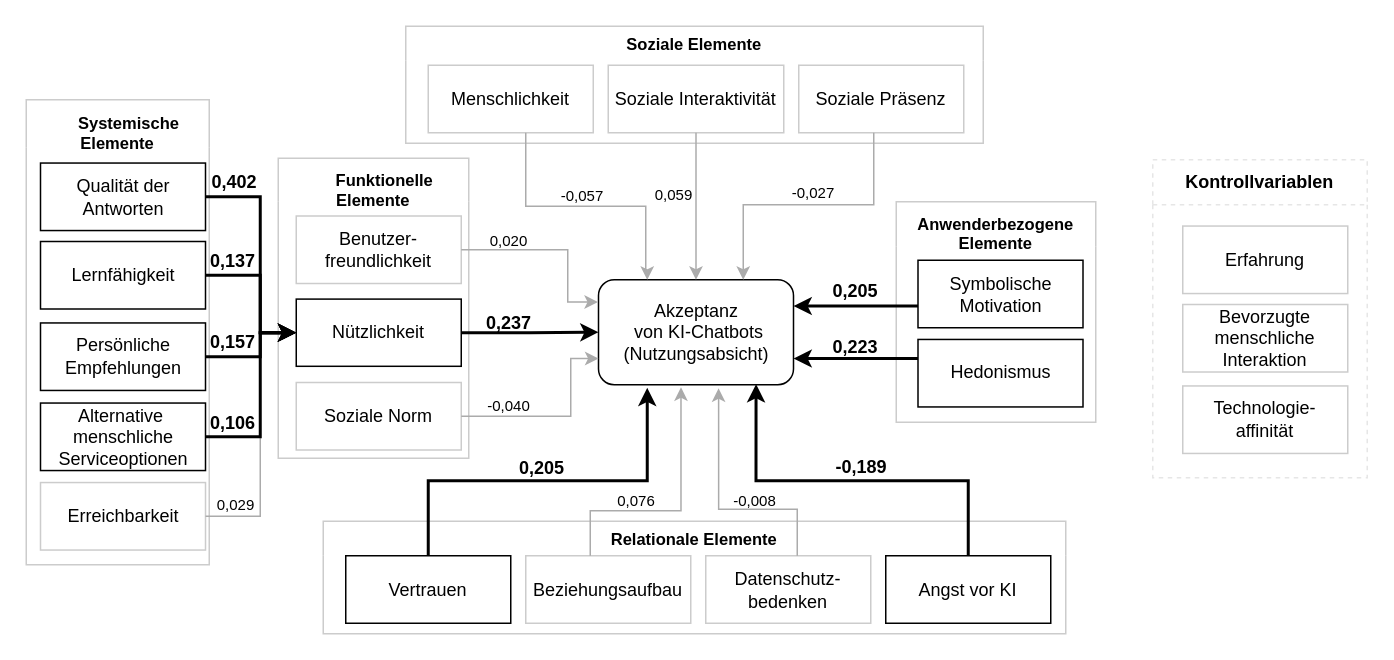
This is page "Kopie von Hypothesen" (5 of 6) of sRAM.drawio from Frododo12/Web-Technologie, a draw.io file, before an edit. Source tidied: cells renumbered, new cells numbered last; positions are measured from the earlier drawing's top-left corner, leaving out a move shared by most shapes. Both pictures are drawn from the tidied source at 150%, with x=0, y=0 at pixel (26, 26).
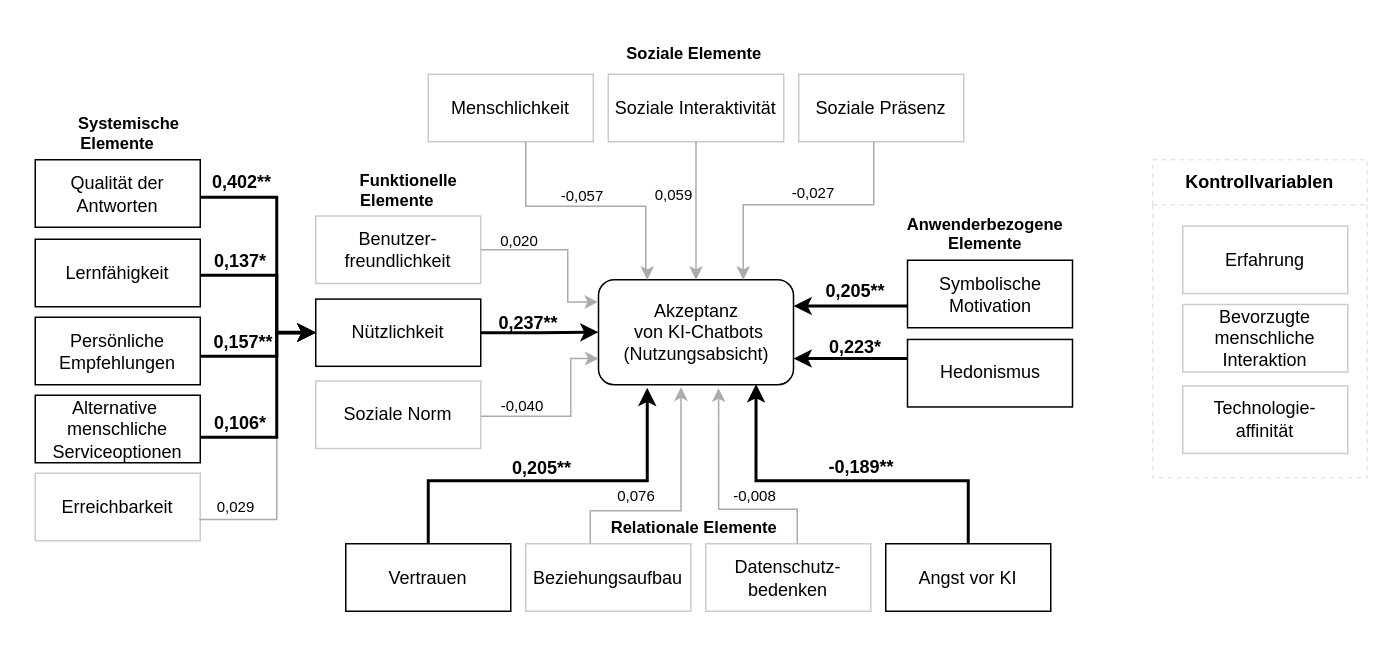
The same diagram, later.

The edit, as a diff of the source:
```diff
@@
-    <mxCell id="3" value="&lt;font style=&quot;font-size: 11px;&quot;&gt;Relationale Elemente&lt;/font&gt;" style="swimlane;whiteSpace=wrap;html=1;fillColor=#FFFFFF;strokeColor=#CCCCCC;swimlaneLine=0;" parent="1" vertex="1">
-      <mxGeometry x="198" y="330" width="495" height="75" as="geometry" />
+    <mxCell id="3" value="&lt;font style=&quot;font-size: 11px;&quot;&gt;Relationale Elemente&lt;/font&gt;" style="swimlane;whiteSpace=wrap;html=1;fillColor=#FFFFFF;strokeColor=none;swimlaneLine=0;" parent="1" vertex="1">
+      <mxGeometry x="198" y="322" width="495" height="75" as="geometry" />
     </mxCell>
@@
-    <mxCell id="8" value="&lt;br&gt;&amp;nbsp; &amp;nbsp; &amp;nbsp;Funktionelle Elemente" style="swimlane;whiteSpace=wrap;html=1;fillColor=#FFFFFF;startSize=29;strokeColor=#CCCCCC;fontSize=11;swimlaneLine=0;" parent="1" vertex="1">
-      <mxGeometry x="168" y="88" width="127" height="200" as="geometry" />
+    <mxCell id="8" value="&lt;br&gt;&amp;nbsp; &amp;nbsp; &amp;nbsp;Funktionelle Elemente" style="swimlane;whiteSpace=wrap;html=1;fillColor=#FFFFFF;startSize=29;strokeColor=none;fontSize=11;swimlaneLine=0;" parent="1" vertex="1">
+      <mxGeometry x="184" y="88" width="127" height="200" as="geometry" />
     </mxCell>
     <mxCell id="9" value="Nützlichkeit" style="rounded=0;whiteSpace=wrap;html=1;" parent="8" vertex="1">
-      <mxGeometry x="12" y="93.9" width="110" height="44.8" as="geometry" />
+      <mxGeometry x="9" y="93.9" width="110" height="44.8" as="geometry" />
     </mxCell>
     <mxCell id="10" value="Soziale Norm" style="rounded=0;whiteSpace=wrap;html=1;strokeColor=#CCCCCC;" parent="8" vertex="1">
-      <mxGeometry x="12" y="149.5" width="110" height="45" as="geometry" />
+      <mxGeometry x="9" y="148.5" width="110" height="45" as="geometry" />
     </mxCell>
     <mxCell id="11" value="Benutzer-freundlichkeit" style="rounded=0;whiteSpace=wrap;html=1;strokeColor=#CCCCCC;" parent="8" vertex="1">
-      <mxGeometry x="12" y="38.5" width="110" height="45" as="geometry" />
+      <mxGeometry x="9" y="38.5" width="110" height="45" as="geometry" />
     </mxCell>
-    <mxCell id="12" value="Soziale Elemente" style="swimlane;whiteSpace=wrap;html=1;fillColor=#FFFFFF;glass=0;shadow=0;strokeColor=#CCCCCC;fontSize=11;swimlaneLine=0;" parent="1" vertex="1">
-      <mxGeometry x="253" width="385" height="78" as="geometry" />
+    <mxCell id="12" value="Soziale Elemente" style="swimlane;whiteSpace=wrap;html=1;fillColor=#FFFFFF;glass=0;shadow=0;strokeColor=none;fontSize=11;swimlaneLine=0;" parent="1" vertex="1">
+      <mxGeometry x="253" y="6" width="385" height="78" as="geometry" />
     </mxCell>
@@
-    <mxCell id="16" value="&amp;nbsp; &amp;nbsp; &amp;nbsp;&lt;br&gt;Anwenderbezogene&lt;br style=&quot;border-color: var(--border-color); font-size: 11px;&quot;&gt;Elemente" style="swimlane;whiteSpace=wrap;html=1;startSize=30;fillColor=#FFFFFF;strokeColor=#CCCCCC;fontSize=11;swimlaneLine=0;" parent="1" vertex="1">
-      <mxGeometry x="580" y="117" width="133" height="147" as="geometry" />
+    <mxCell id="16" value="&amp;nbsp; &amp;nbsp; &amp;nbsp;&lt;br&gt;Anwenderbezogene&lt;br style=&quot;border-color: var(--border-color); font-size: 11px;&quot;&gt;Elemente" style="swimlane;whiteSpace=wrap;html=1;startSize=30;fillColor=#FFFFFF;strokeColor=none;fontSize=11;swimlaneLine=0;" parent="1" vertex="1">
+      <mxGeometry x="573" y="117" width="133" height="147" as="geometry" />
     </mxCell>
@@
-    <mxCell id="19" value="&lt;br&gt;&amp;nbsp; &amp;nbsp; &amp;nbsp;Systemische &lt;br style=&quot;font-size: 11px;&quot;&gt;Elemente" style="swimlane;whiteSpace=wrap;html=1;startSize=32;fillColor=#FFFFFF;strokeColor=#CCCCCC;fontSize=11;swimlaneLine=0;" parent="1" vertex="1">
-      <mxGeometry y="49" width="122" height="310" as="geometry" />
+    <mxCell id="19" value="&lt;br&gt;&amp;nbsp; &amp;nbsp; &amp;nbsp;Systemische &lt;br style=&quot;font-size: 11px;&quot;&gt;Elemente" style="swimlane;whiteSpace=wrap;html=1;startSize=32;fillColor=#FFFFFF;strokeColor=none;fontSize=11;swimlaneLine=0;" parent="1" vertex="1">
+      <mxGeometry y="49" width="122" height="300" as="geometry" />
     </mxCell>
     <mxCell id="20" value="Qualität der Antworten" style="rounded=0;whiteSpace=wrap;html=1;" parent="19" vertex="1">
-      <mxGeometry x="9.5" y="42.2" width="110" height="45" as="geometry" />
+      <mxGeometry x="6" y="40" width="110" height="45" as="geometry" />
     </mxCell>
     <mxCell id="21" value="Lernfähigkeit" style="rounded=0;whiteSpace=wrap;html=1;" parent="19" vertex="1">
-      <mxGeometry x="9.5" y="94.5" width="110" height="45" as="geometry" />
+      <mxGeometry x="6" y="93" width="110" height="45" as="geometry" />
     </mxCell>
     <mxCell id="22" value="Persönliche&lt;br&gt;Empfehlungen" style="rounded=0;whiteSpace=wrap;html=1;" parent="19" vertex="1">
-      <mxGeometry x="9.5" y="148.8" width="110" height="45" as="geometry" />
+      <mxGeometry x="6" y="145" width="110" height="45" as="geometry" />
     </mxCell>
     <mxCell id="23" value="Alternative&amp;nbsp;&lt;br&gt;menschliche Serviceoptionen" style="rounded=0;whiteSpace=wrap;html=1;" parent="19" vertex="1">
-      <mxGeometry x="9.5" y="202.2" width="110" height="45" as="geometry" />
+      <mxGeometry x="6" y="197" width="110" height="45" as="geometry" />
     </mxCell>
     <mxCell id="24" value="Erreichbarkeit" style="rounded=0;whiteSpace=wrap;html=1;strokeColor=#CCCCCC;" parent="19" vertex="1">
-      <mxGeometry x="9.5" y="255.2" width="110" height="45" as="geometry" />
+      <mxGeometry x="6" y="249" width="110" height="45" as="geometry" />
     </mxCell>
@@
     <mxCell id="43" value="&lt;font style=&quot;font-size: 10px;&quot;&gt;0,020&lt;/font&gt;" style="text;html=1;strokeColor=none;fillColor=none;align=center;verticalAlign=middle;whiteSpace=wrap;rounded=0;opacity=0;fontSize=20;" parent="1" vertex="1">
-      <mxGeometry x="302" y="126" width="40" height="25" as="geometry" />
+      <mxGeometry x="309" y="126" width="40" height="25" as="geometry" />
     </mxCell>
@@
     <mxCell id="45" value="&lt;font style=&quot;font-size: 10px;&quot;&gt;-0,040&lt;/font&gt;" style="text;html=1;strokeColor=none;fillColor=none;align=center;verticalAlign=middle;whiteSpace=wrap;rounded=0;opacity=0;fontSize=20;" parent="1" vertex="1">
-      <mxGeometry x="301.5" y="236" width="40" height="25" as="geometry" />
+      <mxGeometry x="310.5" y="236" width="40" height="25" as="geometry" />
     </mxCell>
-    <mxCell id="46" value="&lt;font style=&quot;font-size: 12px;&quot;&gt;&lt;b&gt;0,237&lt;/b&gt;&lt;/font&gt;" style="text;html=1;strokeColor=none;fillColor=none;align=center;verticalAlign=middle;whiteSpace=wrap;rounded=0;opacity=0;fontSize=20;" parent="1" vertex="1">
-      <mxGeometry x="302" y="181" width="40" height="25" as="geometry" />
+    <mxCell id="46" value="&lt;font style=&quot;font-size: 12px;&quot;&gt;&lt;b&gt;0,237**&lt;/b&gt;&lt;/font&gt;" style="text;html=1;strokeColor=none;fillColor=none;align=center;verticalAlign=middle;whiteSpace=wrap;rounded=0;opacity=0;fontSize=20;" parent="1" vertex="1">
+      <mxGeometry x="315" y="181" width="40" height="25" as="geometry" />
     </mxCell>
     <mxCell id="47" value="0,076" style="text;html=1;strokeColor=none;fillColor=none;align=center;verticalAlign=middle;whiteSpace=wrap;rounded=0;opacity=0;fontSize=10;" parent="1" vertex="1">
-      <mxGeometry x="386.5" y="303" width="40" height="25" as="geometry" />
+      <mxGeometry x="386.5" y="300" width="40" height="25" as="geometry" />
     </mxCell>
-    <mxCell id="48" value="0,205" style="text;html=1;strokeColor=none;fillColor=none;align=center;verticalAlign=middle;whiteSpace=wrap;rounded=0;opacity=0;fontSize=12;fontStyle=1;" parent="1" vertex="1">
+    <mxCell id="48" value="0,205**" style="text;html=1;strokeColor=none;fillColor=none;align=center;verticalAlign=middle;whiteSpace=wrap;rounded=0;opacity=0;fontSize=12;fontStyle=1;" parent="1" vertex="1">
       <mxGeometry x="324" y="282" width="40" height="25" as="geometry" />
     </mxCell>
     <mxCell id="49" value="-0,008" style="text;html=1;strokeColor=none;fillColor=none;align=center;verticalAlign=middle;whiteSpace=wrap;rounded=0;opacity=0;fontSize=10;fontStyle=0;" parent="1" vertex="1">
-      <mxGeometry x="465.5" y="303" width="40" height="25" as="geometry" />
+      <mxGeometry x="465.5" y="300" width="40" height="25" as="geometry" />
     </mxCell>
-    <mxCell id="50" value="-0,189" style="text;html=1;strokeColor=none;fillColor=none;align=center;verticalAlign=middle;whiteSpace=wrap;rounded=0;opacity=0;fontStyle=1;fontSize=12;" parent="1" vertex="1">
+    <mxCell id="50" value="-0,189**" style="text;html=1;strokeColor=none;fillColor=none;align=center;verticalAlign=middle;whiteSpace=wrap;rounded=0;opacity=0;fontStyle=1;fontSize=12;" parent="1" vertex="1">
       <mxGeometry x="536.5" y="281" width="40" height="25" as="geometry" />
     </mxCell>
-    <mxCell id="51" value="0,223" style="text;html=1;strokeColor=none;fillColor=none;align=center;verticalAlign=middle;whiteSpace=wrap;rounded=0;opacity=0;fontSize=12;fontStyle=1;" parent="1" vertex="1">
+    <mxCell id="51" value="0,223*" style="text;html=1;strokeColor=none;fillColor=none;align=center;verticalAlign=middle;whiteSpace=wrap;rounded=0;opacity=0;fontSize=12;fontStyle=1;" parent="1" vertex="1">
       <mxGeometry x="533" y="201" width="40" height="25" as="geometry" />
     </mxCell>
-    <mxCell id="52" value="0,205" style="text;html=1;strokeColor=none;fillColor=none;align=center;verticalAlign=middle;whiteSpace=wrap;rounded=0;opacity=0;fontSize=12;fontStyle=1;" parent="1" vertex="1">
+    <mxCell id="52" value="0,205**" style="text;html=1;strokeColor=none;fillColor=none;align=center;verticalAlign=middle;whiteSpace=wrap;rounded=0;opacity=0;fontSize=12;fontStyle=1;" parent="1" vertex="1">
       <mxGeometry x="532.5" y="164" width="40" height="25" as="geometry" />
     </mxCell>
-    <mxCell id="53" style="edgeStyle=orthogonalEdgeStyle;rounded=0;jettySize=auto;html=1;entryX=0;entryY=0.5;entryDx=0;entryDy=0;strokeColor=#ababab;" parent="1" edge="1" source="24" target="9">
+    <mxCell id="53" style="edgeStyle=orthogonalEdgeStyle;rounded=0;jettySize=auto;html=1;strokeColor=#ababab;exitX=0.994;exitY=0.684;exitDx=0;exitDy=0;exitPerimeter=0;entryX=0;entryY=0.5;entryDx=0;entryDy=0;" parent="1" edge="1" source="24" target="9">
       <mxGeometry relative="1" as="geometry">
         <Array as="points">
-          <mxPoint x="156" y="327" />
-          <mxPoint x="156" y="204" />
+          <mxPoint x="167" y="329" />
+          <mxPoint x="167" y="204" />
         </Array>
       </mxGeometry>
     </mxCell>
-    <mxCell id="54" style="edgeStyle=orthogonalEdgeStyle;rounded=0;jettySize=auto;html=1;entryX=0;entryY=0.5;entryDx=0;entryDy=0;strokeColor=#000000;strokeWidth=2;" parent="1" edge="1" source="23" target="9">
+    <mxCell id="54" style="edgeStyle=orthogonalEdgeStyle;rounded=0;jettySize=auto;html=1;strokeColor=#000000;strokeWidth=2;entryX=0;entryY=0.5;entryDx=0;entryDy=0;" parent="1" edge="1" source="23" target="9">
       <mxGeometry relative="1" as="geometry">
         <Array as="points">
-          <mxPoint x="156" y="274" />
-          <mxPoint x="156" y="204" />
+          <mxPoint x="167" y="274" />
+          <mxPoint x="167" y="204" />
         </Array>
       </mxGeometry>
     </mxCell>
     <mxCell id="55" style="edgeStyle=orthogonalEdgeStyle;rounded=0;jettySize=auto;html=1;entryX=0;entryY=0.5;entryDx=0;entryDy=0;strokeWidth=2;" parent="1" edge="1" source="22" target="9">
       <mxGeometry relative="1" as="geometry">
         <Array as="points">
-          <mxPoint x="156" y="220" />
-          <mxPoint x="156" y="204" />
+          <mxPoint x="167" y="220" />
+          <mxPoint x="167" y="204" />
         </Array>
       </mxGeometry>
     </mxCell>
-    <mxCell id="56" style="edgeStyle=orthogonalEdgeStyle;rounded=0;jettySize=auto;html=1;entryX=0;entryY=0.5;entryDx=0;entryDy=0;strokeWidth=2;" parent="1" edge="1" source="21" target="9">
+    <mxCell id="56" style="edgeStyle=orthogonalEdgeStyle;rounded=0;jettySize=auto;html=1;strokeWidth=2;" parent="1" edge="1" source="21" target="9">
       <mxGeometry relative="1" as="geometry">
         <Array as="points">
-          <mxPoint x="156" y="166" />
-          <mxPoint x="156" y="204" />
+          <mxPoint x="167" y="166" />
+          <mxPoint x="167" y="204" />
         </Array>
       </mxGeometry>
     </mxCell>
-    <mxCell id="57" style="edgeStyle=orthogonalEdgeStyle;rounded=0;jettySize=auto;html=1;entryX=0;entryY=0.5;entryDx=0;entryDy=0;strokeWidth=2;" parent="1" edge="1" source="20" target="9">
+    <mxCell id="57" style="edgeStyle=orthogonalEdgeStyle;rounded=0;jettySize=auto;html=1;strokeWidth=2;entryX=0;entryY=0.5;entryDx=0;entryDy=0;" parent="1" edge="1" source="20" target="9">
       <mxGeometry relative="1" as="geometry">
         <Array as="points">
-          <mxPoint x="156" y="114" />
-          <mxPoint x="156" y="204" />
+          <mxPoint x="167" y="114" />
+          <mxPoint x="167" y="204" />
         </Array>
       </mxGeometry>
     </mxCell>
-    <mxCell id="58" value="&lt;font style=&quot;font-size: 12px;&quot;&gt;0,402&lt;/font&gt;" style="text;html=1;strokeColor=none;fillColor=none;align=center;verticalAlign=middle;whiteSpace=wrap;rounded=0;opacity=0;fontSize=12;fontStyle=1;" parent="1" vertex="1">
-      <mxGeometry x="118.5" y="91" width="40" height="25" as="geometry" />
+    <mxCell id="58" value="&lt;font style=&quot;font-size: 12px;&quot;&gt;0,402**&lt;/font&gt;" style="text;html=1;strokeColor=none;fillColor=none;align=center;verticalAlign=middle;whiteSpace=wrap;rounded=0;opacity=0;fontSize=12;fontStyle=1;" parent="1" vertex="1">
+      <mxGeometry x="123.5" y="91" width="40" height="25" as="geometry" />
     </mxCell>
-    <mxCell id="59" value="&lt;font style=&quot;font-size: 12px;&quot;&gt;0,137&lt;/font&gt;" style="text;html=1;strokeColor=none;fillColor=none;align=center;verticalAlign=middle;whiteSpace=wrap;rounded=0;opacity=0;fontSize=12;fontStyle=1;" parent="1" vertex="1">
-      <mxGeometry x="117.5" y="144" width="40" height="25" as="geometry" />
+    <mxCell id="59" value="&lt;font style=&quot;font-size: 12px;&quot;&gt;0,137*&lt;/font&gt;" style="text;html=1;strokeColor=none;fillColor=none;align=center;verticalAlign=middle;whiteSpace=wrap;rounded=0;opacity=0;fontSize=12;fontStyle=1;" parent="1" vertex="1">
+      <mxGeometry x="122.5" y="144" width="40" height="25" as="geometry" />
     </mxCell>
-    <mxCell id="60" value="&lt;font style=&quot;font-size: 12px;&quot;&gt;0,106&lt;/font&gt;" style="text;html=1;strokeColor=none;fillColor=none;align=center;verticalAlign=middle;whiteSpace=wrap;rounded=0;opacity=0;fontSize=12;fontStyle=1;" parent="1" vertex="1">
-      <mxGeometry x="118" y="252" width="40" height="25" as="geometry" />
+    <mxCell id="60" value="&lt;font style=&quot;font-size: 12px;&quot;&gt;0,106*&lt;/font&gt;" style="text;html=1;strokeColor=none;fillColor=none;align=center;verticalAlign=middle;whiteSpace=wrap;rounded=0;opacity=0;fontSize=12;fontStyle=1;" parent="1" vertex="1">
+      <mxGeometry x="123" y="252" width="40" height="25" as="geometry" />
     </mxCell>
     <mxCell id="61" value="&lt;font style=&quot;font-size: 10px;&quot;&gt;0,029&lt;/font&gt;" style="text;html=1;strokeColor=none;fillColor=none;align=center;verticalAlign=middle;whiteSpace=wrap;rounded=0;opacity=0;fontSize=20;" parent="1" vertex="1">
-      <mxGeometry x="120" y="302" width="40" height="25" as="geometry" />
+      <mxGeometry x="120" y="303" width="40" height="25" as="geometry" />
     </mxCell>
-    <mxCell id="62" value="&lt;font style=&quot;font-size: 12px;&quot;&gt;0,157&lt;/font&gt;" style="text;html=1;strokeColor=none;fillColor=none;align=center;verticalAlign=middle;whiteSpace=wrap;rounded=0;opacity=0;fontSize=12;fontStyle=1;" parent="1" vertex="1">
-      <mxGeometry x="117.5" y="198.8" width="40" height="25" as="geometry" />
+    <mxCell id="62" value="&lt;font style=&quot;font-size: 12px;&quot;&gt;0,157**&lt;/font&gt;" style="text;html=1;strokeColor=none;fillColor=none;align=center;verticalAlign=middle;whiteSpace=wrap;rounded=0;opacity=0;fontSize=12;fontStyle=1;" parent="1" vertex="1">
+      <mxGeometry x="124.5" y="198.8" width="40" height="25" as="geometry" />
     </mxCell>
```
